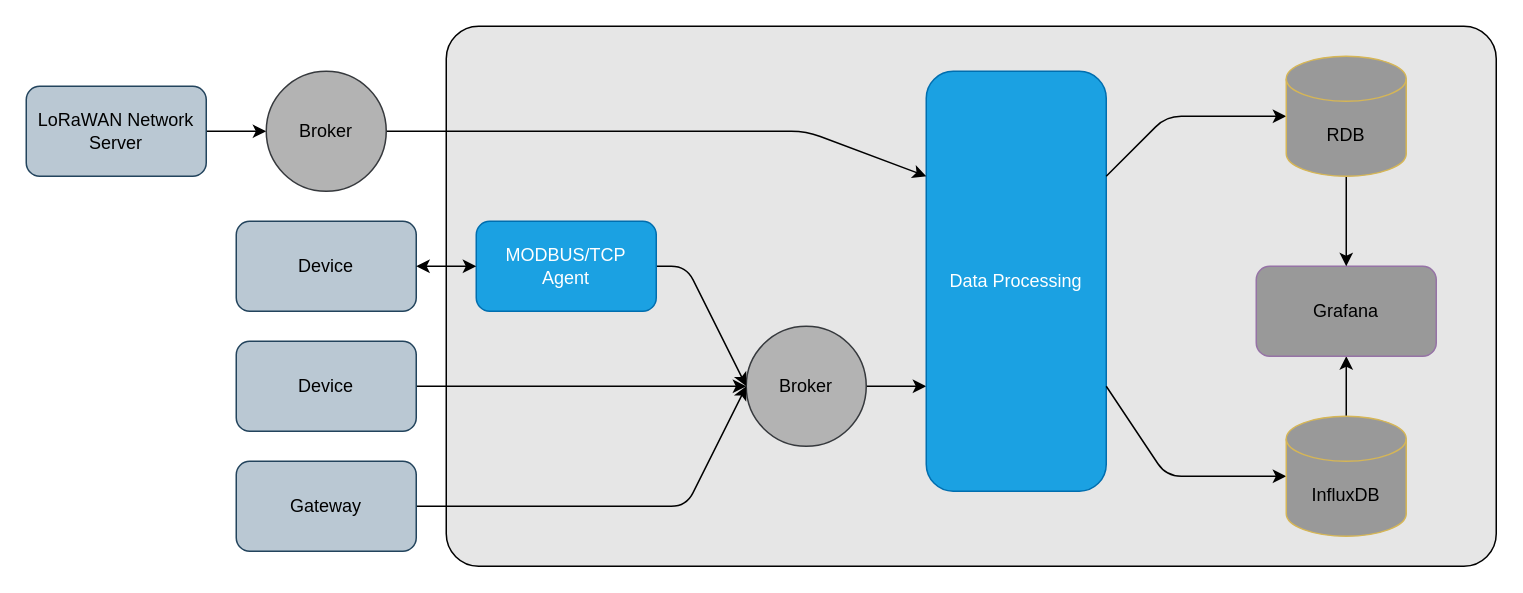
xtra72/iot_service_development keeps this draw.io diagram as ch09/images/project.drawio. Above is the earlier version. Source tidied: cells renumbered, new cells numbered last; positions are measured from the earlier drawing's top-left corner, leaving out a move shared by most shapes. Both pictures are drawn from the tidied source at 150%, with x=0, y=0 at pixel (26, 26).
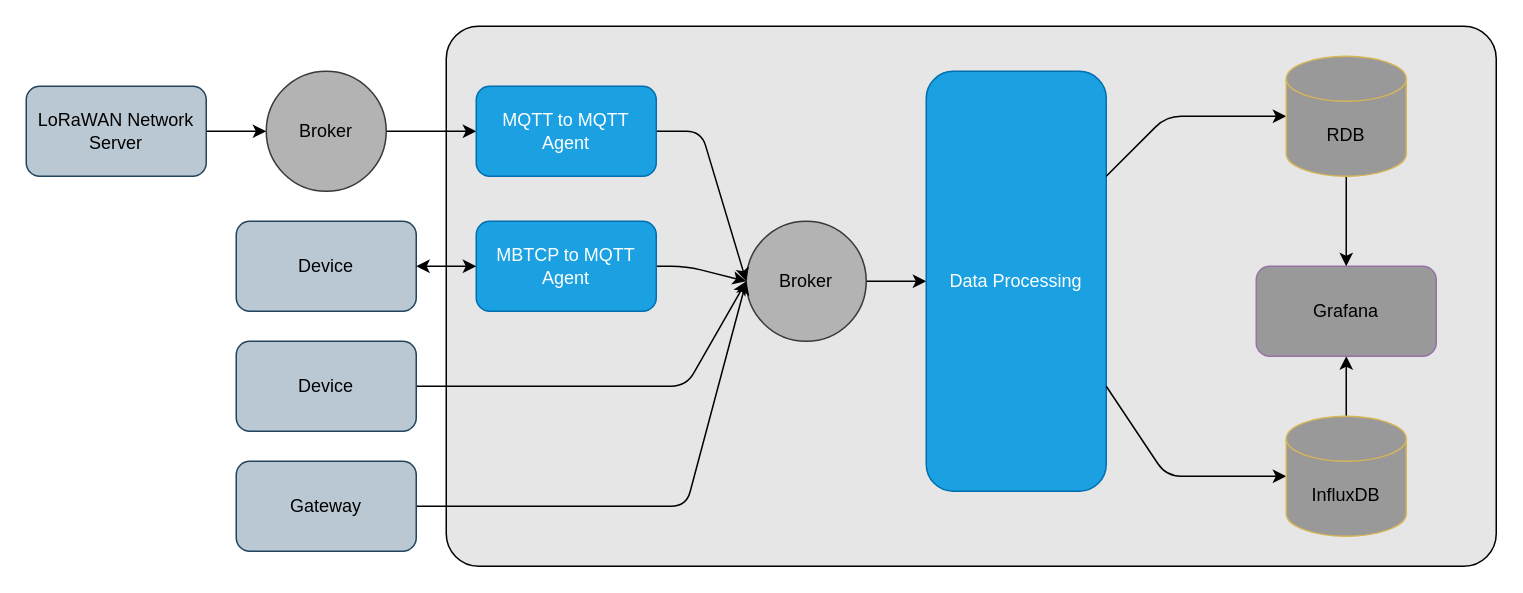
After the change.

Unchanged cells that the change refers to:
```xml
<mxCell id="5" value="Data Processing" style="rounded=1;whiteSpace=wrap;html=1;fillColor=#1ba1e2;strokeColor=#006EAF;fontColor=#ffffff;" parent="1" vertex="1">
  <mxGeometry x="600" y="30" width="120" height="280" as="geometry" />
</mxCell>
<mxCell id="13" value="Device" style="rounded=1;whiteSpace=wrap;html=1;fillColor=#bac8d3;strokeColor=#23445d;" parent="1" vertex="1">
  <mxGeometry x="140" y="210" width="120" height="60" as="geometry" />
</mxCell>
<mxCell id="20" value="Broker" style="ellipse;whiteSpace=wrap;html=1;fillColor=#B3B3B3;strokeColor=#36393d;" parent="1" vertex="1">
  <mxGeometry x="160" y="30" width="80" height="80" as="geometry" />
</mxCell>
```

The edit, as a diff of the source:
```diff
@@
-    <mxCell id="3" style="edgeStyle=none;html=1;exitX=1;exitY=0.5;exitDx=0;exitDy=0;entryX=0;entryY=0.75;entryDx=0;entryDy=0;" parent="1" edge="1" source="4" target="5">
+    <mxCell id="3" style="edgeStyle=none;html=1;exitX=1;exitY=0.5;exitDx=0;exitDy=0;entryX=0;entryY=0.5;entryDx=0;entryDy=0;" parent="1" edge="1" source="4" target="5">
       <mxGeometry relative="1" as="geometry" />
     </mxCell>
     <mxCell id="4" value="Broker" style="ellipse;whiteSpace=wrap;html=1;fillColor=#B3B3B3;strokeColor=#36393d;" parent="1" vertex="1">
-      <mxGeometry x="480" y="200" width="80" height="80" as="geometry" />
+      <mxGeometry x="480" y="130" width="80" height="80" as="geometry" />
     </mxCell>
@@
-    <mxCell id="8" value="MODBUS/TCP&lt;br&gt;Agent" style="rounded=1;whiteSpace=wrap;html=1;fillColor=#1ba1e2;strokeColor=#006EAF;fontColor=#ffffff;" parent="1" vertex="1">
+    <mxCell id="8" value="MBTCP to MQTT&lt;br&gt;Agent" style="rounded=1;whiteSpace=wrap;html=1;fillColor=#1ba1e2;strokeColor=#006EAF;fontColor=#ffffff;" parent="1" vertex="1">
       <mxGeometry x="300" y="130" width="120" height="60" as="geometry" />
     </mxCell>
@@
     <mxCell id="12" style="edgeStyle=none;html=1;exitX=1;exitY=0.5;exitDx=0;exitDy=0;entryX=0;entryY=0.5;entryDx=0;entryDy=0;" parent="1" edge="1" source="13" target="4">
-      <mxGeometry relative="1" as="geometry" />
+      <mxGeometry relative="1" as="geometry">
+        <Array as="points">
+          <mxPoint x="440" y="240" />
+        </Array>
+      </mxGeometry>
     </mxCell>
@@
-    <mxCell id="19" style="edgeStyle=none;html=1;exitX=1;exitY=0.5;exitDx=0;exitDy=0;startArrow=none;startFill=0;entryX=0;entryY=0.25;entryDx=0;entryDy=0;" parent="1" edge="1" source="20" target="5">
+    <mxCell id="19" style="edgeStyle=none;html=1;exitX=1;exitY=0.5;exitDx=0;exitDy=0;startArrow=none;startFill=0;entryX=0;entryY=0.5;entryDx=0;entryDy=0;" parent="1" edge="1" source="26" target="4">
       <mxGeometry relative="1" as="geometry">
         <Array as="points">
-          <mxPoint x="520" y="70" />
+          <mxPoint x="450" y="70" />
         </Array>
       </mxGeometry>
     </mxCell>
+    <mxCell id="25" style="edgeStyle=none;html=1;exitX=1;exitY=0.5;exitDx=0;exitDy=0;" parent="1" edge="1" source="20" target="26">
+      <mxGeometry relative="1" as="geometry" />
+    </mxCell>
@@
+    <mxCell id="26" value="MQTT to MQTT&lt;br&gt;Agent" style="rounded=1;whiteSpace=wrap;html=1;fillColor=#1ba1e2;strokeColor=#006EAF;fontColor=#ffffff;" parent="1" vertex="1">
+      <mxGeometry x="300" y="40" width="120" height="60" as="geometry" />
+    </mxCell>
```
